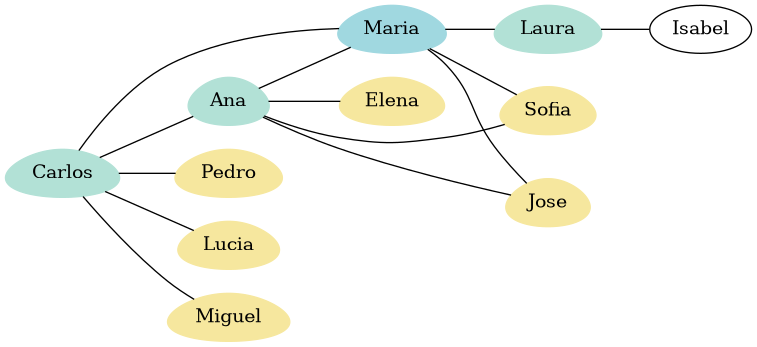
Before: Fase2/SocialStructure/salida/graph_friends.png, a diagram exported from Graphviz (lurdesss/-EDD-Proyecto_202103763). Its source is kept beside it as Fase2/SocialStructure/salida/graph_friends.dot.
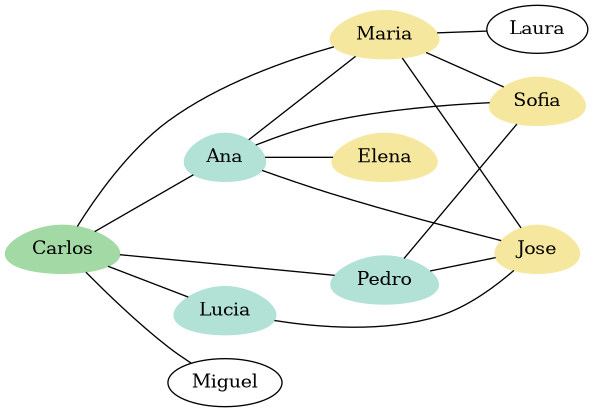
The same diagram one commit later.

Diff of the diagram source:
```diff
@@ -1,20 +1,19 @@
 graph G{
 rankdir=LR;
-Maria [color="#A0D8E0", fontcolor="black", style="filled", shape="egg"];
+Carlos [color="#A3D9A5", fontcolor="black", style="filled", shape="egg"];
+Carlos -- Maria;
+Maria [color="#B2E1D6", fontcolor="black", style="filled", shape="egg"];
+Carlos -- Ana;
+Ana [color="#B2E1D6", fontcolor="black", style="filled", shape="egg"];
+Carlos -- Pedro;
+Pedro [color="#B2E1D6", fontcolor="black", style="filled", shape="egg"];
+Carlos -- Lucia;
+Lucia [color="#B2E1D6", fontcolor="black", style="filled", shape="egg"];
+Carlos -- Miguel;
+Maria [color="#B2E1D6", fontcolor="black", style="filled", shape="egg"];
 Maria -- Jose;
 Maria -- Sofia;
 Maria -- Laura;
-Laura [color="#B2E1D6", fontcolor="black", style="filled", shape="egg"];
-Carlos -- Maria;
-Carlos [color="#B2E1D6", fontcolor="black", style="filled", shape="egg"];
-Carlos -- Ana;
-Ana [color="#F6E79E", fontcolor="black", style="filled", shape="egg"];
-Carlos -- Pedro;
-Pedro [color="#F6E79E", fontcolor="black", style="filled", shape="egg"];
-Carlos -- Lucia;
-Lucia [color="#F6E79E", fontcolor="black", style="filled", shape="egg"];
-Carlos -- Miguel;
-Miguel [color="#F6E79E", fontcolor="black", style="filled", shape="egg"];
 Ana -- Maria;
 Ana [color="#B2E1D6", fontcolor="black", style="filled", shape="egg"];
 Ana -- Jose;
@@ -23,6 +22,11 @@
 Sofia [color="#F6E79E", fontcolor="black", style="filled", shape="egg"];
 Ana -- Elena;
 Elena [color="#F6E79E", fontcolor="black", style="filled", shape="egg"];
-Laura [color="#B2E1D6", fontcolor="black", style="filled", shape="egg"];
-Laura -- Isabel;
+Ana [color="#B2E1D6", fontcolor="black", style="filled", shape="egg"];
+Maria [color="#F6E79E", fontcolor="black", style="filled", shape="egg"];
+Pedro [color="#B2E1D6", fontcolor="black", style="filled", shape="egg"];
+Pedro -- Jose;
+Pedro -- Sofia;
+Lucia [color="#B2E1D6", fontcolor="black", style="filled", shape="egg"];
+Lucia -- Jose;
 }
```
